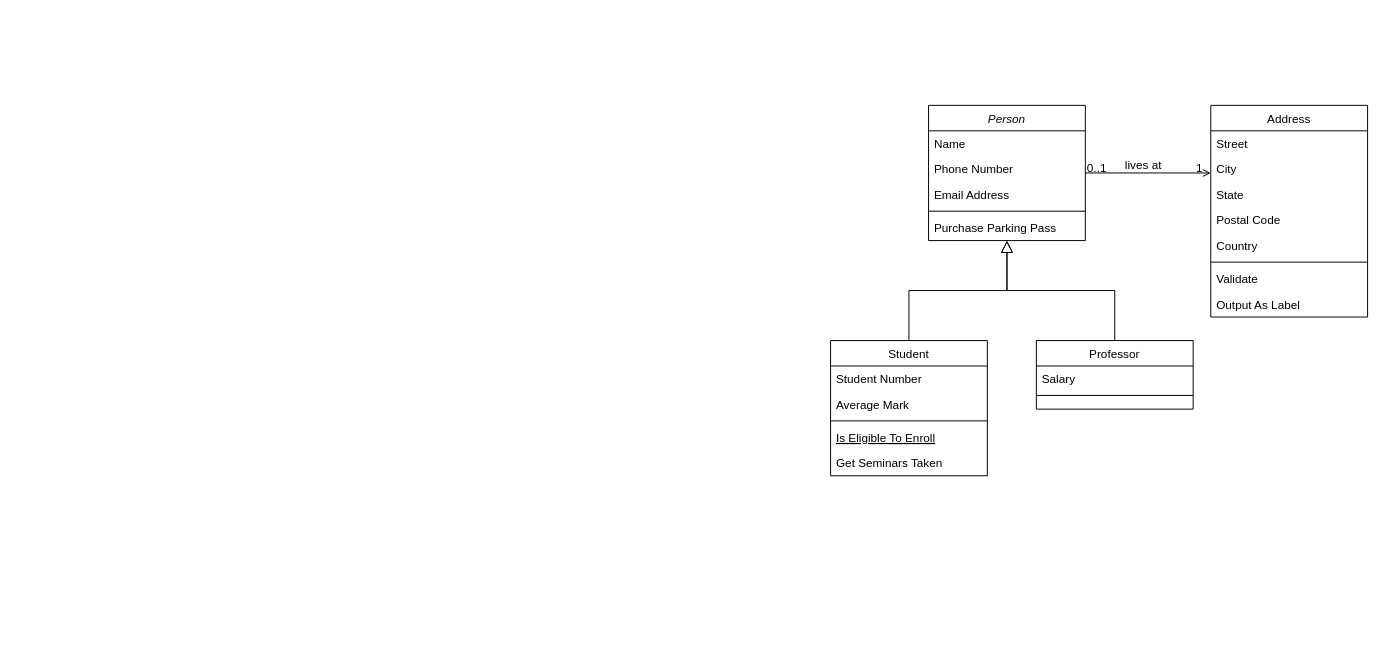
Above: JobManagement/Designs/UML_BusinessLayer.drawio in smat91/JobManagement (draw.io), before the change. Source tidied: cells renumbered, new cells numbered last; positions are measured from the earlier drawing's top-left corner, leaving out a move shared by most shapes. Both pictures are drawn from the tidied source at 98%, with x=0, y=0 at pixel (830, 105).
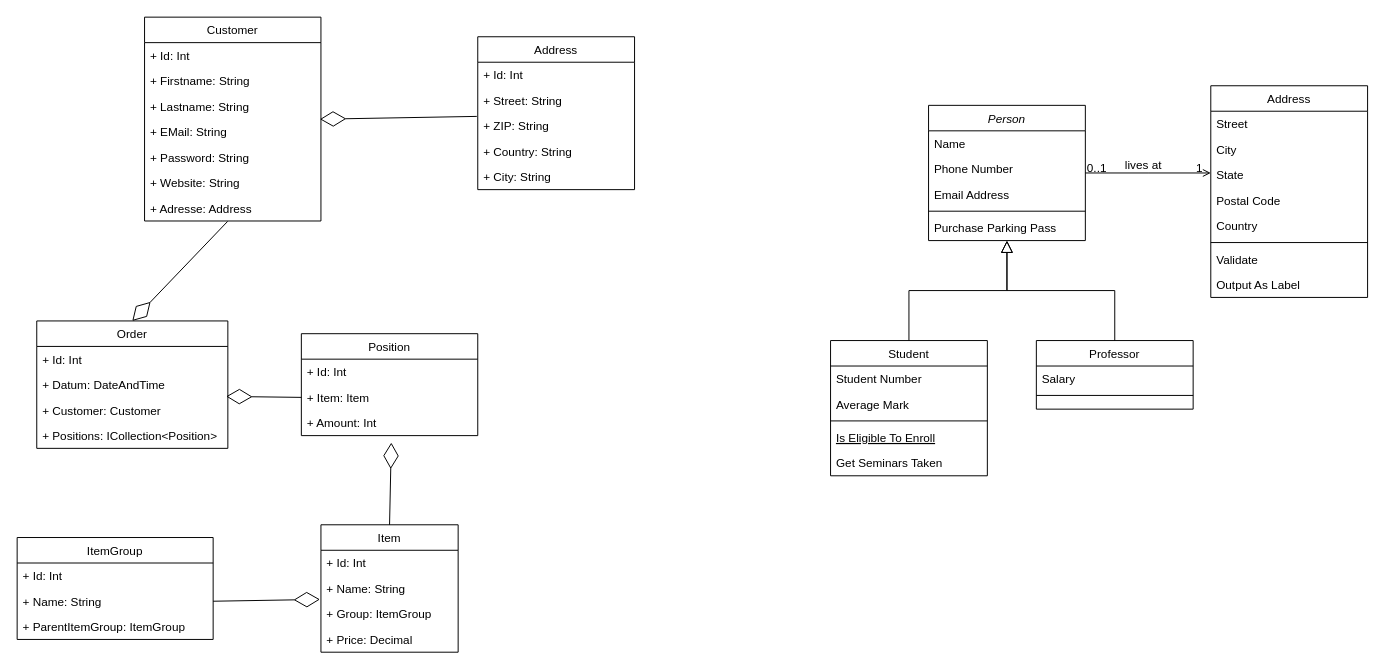
The same diagram, later.

Change to the diagram source:
```diff
@@
     <mxCell id="19" value="Address" style="swimlane;fontStyle=0;align=center;verticalAlign=top;horizontal=1;startSize=26;rounded=0;shadow=0;strokeWidth=1;" parent="1" vertex="1">
-      <mxGeometry x="388" width="160" height="216" as="geometry" />
+      <mxGeometry x="388" y="-20" width="160" height="216" as="geometry" />
     </mxCell>
@@
+    <mxCell id="32" value="Customer" style="swimlane;fontStyle=0;align=center;verticalAlign=top;horizontal=1;startSize=26;" parent="1" vertex="1">
+      <mxGeometry x="-700" y="-90" width="180" height="208" as="geometry" />
+    </mxCell>
+    <mxCell id="33" value="+ Id: Int&#10;" style="text;strokeColor=none;fillColor=none;align=left;verticalAlign=top;spacingLeft=4;spacingRight=4;overflow=hidden;" parent="32" vertex="1">
+      <mxGeometry y="26" width="180" height="26" as="geometry" />
+    </mxCell>
+    <mxCell id="34" value="+ Firstname: String" style="text;strokeColor=none;fillColor=none;align=left;verticalAlign=top;spacingLeft=4;spacingRight=4;overflow=hidden;" parent="32" vertex="1">
+      <mxGeometry y="52" width="180" height="26" as="geometry" />
+    </mxCell>
+    <mxCell id="35" value="+ Lastname: String" style="text;strokeColor=none;fillColor=none;align=left;verticalAlign=top;spacingLeft=4;spacingRight=4;overflow=hidden;" parent="32" vertex="1">
+      <mxGeometry y="78" width="180" height="26" as="geometry" />
+    </mxCell>
+    <mxCell id="36" value="+ EMail: String" style="text;strokeColor=none;fillColor=none;align=left;verticalAlign=top;spacingLeft=4;spacingRight=4;overflow=hidden;points=[[0,0.5],[1,0.5]];portConstraint=eastwest;" parent="32" vertex="1">
+      <mxGeometry y="104" width="180" height="26" as="geometry" />
+    </mxCell>
+    <mxCell id="37" value="+ Password: String" style="text;strokeColor=none;fillColor=none;align=left;verticalAlign=top;spacingLeft=4;spacingRight=4;overflow=hidden;" parent="32" vertex="1">
+      <mxGeometry y="130" width="180" height="26" as="geometry" />
+    </mxCell>
+    <mxCell id="38" value="+ Website: String" style="text;strokeColor=none;fillColor=none;align=left;verticalAlign=top;spacingLeft=4;spacingRight=4;overflow=hidden;" parent="32" vertex="1">
+      <mxGeometry y="156" width="180" height="26" as="geometry" />
+    </mxCell>
+    <mxCell id="39" value="+ Adresse: Address" style="text;strokeColor=none;fillColor=none;align=left;verticalAlign=top;spacingLeft=4;spacingRight=4;overflow=hidden;points=[[0,0.5],[1,0.5]];portConstraint=eastwest;" parent="32" vertex="1">
+      <mxGeometry y="182" width="180" height="26" as="geometry" />
+    </mxCell>
+    <mxCell id="40" value="Address" style="swimlane;fontStyle=0;horizontal=1;startSize=26;fillColor=none;" parent="1" vertex="1">
+      <mxGeometry x="-360" y="-70" width="160" height="156" as="geometry" />
+    </mxCell>
+    <mxCell id="41" value="+ Id: Int&#10;" style="text;strokeColor=none;fillColor=none;align=left;verticalAlign=top;spacingLeft=4;spacingRight=4;overflow=hidden;" parent="40" vertex="1">
+      <mxGeometry y="26" width="160" height="26" as="geometry" />
+    </mxCell>
+    <mxCell id="42" value="+ Street: String" style="text;strokeColor=none;fillColor=none;align=left;verticalAlign=top;spacingLeft=4;spacingRight=4;overflow=hidden;" parent="40" vertex="1">
+      <mxGeometry y="52" width="160" height="26" as="geometry" />
+    </mxCell>
+    <mxCell id="43" value="+ ZIP: String" style="text;strokeColor=none;fillColor=none;align=left;verticalAlign=top;spacingLeft=4;spacingRight=4;overflow=hidden;points=[[0,0.5],[1,0.5]];portConstraint=eastwest;" parent="40" vertex="1">
+      <mxGeometry y="78" width="160" height="26" as="geometry" />
+    </mxCell>
+    <mxCell id="44" value="+ Country: String" style="text;strokeColor=none;fillColor=none;align=left;verticalAlign=top;spacingLeft=4;spacingRight=4;overflow=hidden;labelBackgroundColor=none;" parent="40" vertex="1">
+      <mxGeometry y="104" width="160" height="26" as="geometry" />
+    </mxCell>
+    <mxCell id="45" value="+ City: String" style="text;strokeColor=none;fillColor=none;align=left;verticalAlign=top;spacingLeft=4;spacingRight=4;overflow=hidden;" parent="40" vertex="1">
+      <mxGeometry y="130" width="160" height="26" as="geometry" />
+    </mxCell>
+    <mxCell id="46" value="Order" style="swimlane;fontStyle=0;horizontal=1;startSize=26;fillColor=none;labelBackgroundColor=none;" parent="1" vertex="1">
+      <mxGeometry x="-810" y="220" width="195" height="130" as="geometry" />
+    </mxCell>
+    <mxCell id="47" value="+ Id: Int" style="text;strokeColor=none;fillColor=none;align=left;verticalAlign=top;spacingLeft=4;spacingRight=4;overflow=hidden;labelBackgroundColor=none;" parent="46" vertex="1">
+      <mxGeometry y="26" width="195" height="26" as="geometry" />
+    </mxCell>
+    <mxCell id="48" value="+ Datum: DateAndTime" style="text;strokeColor=none;fillColor=none;align=left;verticalAlign=top;spacingLeft=4;spacingRight=4;overflow=hidden;labelBackgroundColor=none;" parent="46" vertex="1">
+      <mxGeometry y="52" width="195" height="26" as="geometry" />
+    </mxCell>
+    <mxCell id="49" value="+ Customer: Customer" style="text;strokeColor=none;fillColor=none;align=left;verticalAlign=top;spacingLeft=4;spacingRight=4;overflow=hidden;points=[[0,0.5],[1,0.5]];portConstraint=eastwest;labelBackgroundColor=none;" parent="46" vertex="1">
+      <mxGeometry y="78" width="195" height="26" as="geometry" />
+    </mxCell>
+    <mxCell id="50" value="+ Positions: ICollection&lt;Position&gt;" style="text;strokeColor=none;fillColor=none;align=left;verticalAlign=top;spacingLeft=4;spacingRight=4;overflow=hidden;labelBackgroundColor=none;" parent="46" vertex="1">
+      <mxGeometry y="104" width="195" height="26" as="geometry" />
+    </mxCell>
+    <mxCell id="51" value="Position" style="swimlane;fontStyle=0;horizontal=1;startSize=26;fillColor=none;labelBackgroundColor=none;" parent="1" vertex="1">
+      <mxGeometry x="-540" y="233" width="180" height="104" as="geometry" />
+    </mxCell>
+    <mxCell id="52" value="+ Id: Int" style="text;strokeColor=none;fillColor=none;align=left;verticalAlign=top;spacingLeft=4;spacingRight=4;overflow=hidden;labelBackgroundColor=none;" parent="51" vertex="1">
+      <mxGeometry y="26" width="180" height="26" as="geometry" />
+    </mxCell>
+    <mxCell id="53" value="+ Item: Item " style="text;strokeColor=none;fillColor=none;align=left;verticalAlign=top;spacingLeft=4;spacingRight=4;overflow=hidden;points=[[0,0.5],[1,0.5]];portConstraint=eastwest;labelBackgroundColor=none;" parent="51" vertex="1">
+      <mxGeometry y="52" width="180" height="26" as="geometry" />
+    </mxCell>
+    <mxCell id="54" value="+ Amount: Int" style="text;strokeColor=none;fillColor=none;align=left;verticalAlign=top;spacingLeft=4;spacingRight=4;overflow=hidden;points=[[0,0.5],[1,0.5]];portConstraint=eastwest;labelBackgroundColor=none;" parent="51" vertex="1">
+      <mxGeometry y="78" width="180" height="26" as="geometry" />
+    </mxCell>
+    <mxCell id="55" value="Item" style="swimlane;fontStyle=0;horizontal=1;startSize=26;fillColor=none;labelBackgroundColor=none;" parent="1" vertex="1">
+      <mxGeometry x="-520" y="428" width="140" height="130" as="geometry" />
+    </mxCell>
+    <mxCell id="56" value="+ Id: Int" style="text;strokeColor=none;fillColor=none;align=left;verticalAlign=top;spacingLeft=4;spacingRight=4;overflow=hidden;labelBackgroundColor=none;" parent="55" vertex="1">
+      <mxGeometry y="26" width="140" height="26" as="geometry" />
+    </mxCell>
+    <mxCell id="57" value="+ Name: String" style="text;strokeColor=none;fillColor=none;align=left;verticalAlign=top;spacingLeft=4;spacingRight=4;overflow=hidden;labelBackgroundColor=none;" parent="55" vertex="1">
+      <mxGeometry y="52" width="140" height="26" as="geometry" />
+    </mxCell>
+    <mxCell id="58" value="+ Group: ItemGroup" style="text;strokeColor=none;fillColor=none;align=left;verticalAlign=top;spacingLeft=4;spacingRight=4;overflow=hidden;points=[[0,0.5],[1,0.5]];portConstraint=eastwest;labelBackgroundColor=none;" parent="55" vertex="1">
+      <mxGeometry y="78" width="140" height="26" as="geometry" />
+    </mxCell>
+    <mxCell id="59" value="+ Price: Decimal" style="text;strokeColor=none;fillColor=none;align=left;verticalAlign=top;spacingLeft=4;spacingRight=4;overflow=hidden;labelBackgroundColor=none;" parent="55" vertex="1">
+      <mxGeometry y="104" width="140" height="26" as="geometry" />
+    </mxCell>
+    <mxCell id="60" value="ItemGroup" style="swimlane;fontStyle=0;horizontal=1;startSize=26;fillColor=none;labelBackgroundColor=none;" parent="1" vertex="1">
+      <mxGeometry x="-830" y="441" width="200" height="104" as="geometry" />
+    </mxCell>
+    <mxCell id="61" value="+ Id: Int" style="text;strokeColor=none;fillColor=none;align=left;verticalAlign=top;spacingLeft=4;spacingRight=4;overflow=hidden;" parent="60" vertex="1">
+      <mxGeometry y="26" width="200" height="26" as="geometry" />
+    </mxCell>
+    <mxCell id="62" value="+ Name: String" style="text;strokeColor=none;fillColor=none;align=left;verticalAlign=top;spacingLeft=4;spacingRight=4;overflow=hidden;points=[[0,0.5],[1,0.5]];portConstraint=eastwest;labelBackgroundColor=none;" parent="60" vertex="1">
+      <mxGeometry y="52" width="200" height="26" as="geometry" />
+    </mxCell>
+    <mxCell id="63" value="+ ParentItemGroup: ItemGroup" style="text;strokeColor=none;fillColor=none;align=left;verticalAlign=top;spacingLeft=4;spacingRight=4;overflow=hidden;labelBackgroundColor=none;" parent="60" vertex="1">
+      <mxGeometry y="78" width="200" height="26" as="geometry" />
+    </mxCell>
+    <mxCell id="64" style="endArrow=diamondThin;endFill=0;endSize=24;html=1;rounded=0;entryX=0.994;entryY=0.005;entryDx=0;entryDy=0;exitX=-0.006;exitY=0.126;exitDx=0;exitDy=0;exitPerimeter=0;entryPerimeter=0;" parent="1" edge="1" source="43" target="36">
+      <mxGeometry relative="1" as="geometry" />
+    </mxCell>
+    <mxCell id="65" style="endArrow=diamondThin;endFill=0;endSize=24;html=1;rounded=0;exitX=0.471;exitY=1.016;exitDx=0;exitDy=0;exitPerimeter=0;entryX=0.5;entryY=0;entryDx=0;entryDy=0;" parent="1" edge="1" source="39" target="46">
+      <mxGeometry relative="1" as="geometry" />
+    </mxCell>
+    <mxCell id="66" style="endArrow=diamondThin;endFill=0;endSize=24;html=1;rounded=0;entryX=0.991;entryY=-0.038;entryDx=0;entryDy=0;exitX=0;exitY=0.5;exitDx=0;exitDy=0;entryPerimeter=0;" parent="1" edge="1" source="53" target="49">
+      <mxGeometry relative="1" as="geometry" />
+    </mxCell>
+    <mxCell id="67" style="endArrow=diamondThin;endFill=0;endSize=24;html=1;rounded=0;exitX=0.5;exitY=0;exitDx=0;exitDy=0;entryX=0.51;entryY=1.275;entryDx=0;entryDy=0;entryPerimeter=0;" parent="1" edge="1" source="55" target="54">
+      <mxGeometry relative="1" as="geometry" />
+    </mxCell>
+    <mxCell id="68" style="endArrow=diamondThin;endFill=0;endSize=24;html=1;rounded=0;exitX=1;exitY=0.5;exitDx=0;exitDy=0;entryX=-0.007;entryY=-0.071;entryDx=0;entryDy=0;entryPerimeter=0;" parent="1" edge="1" source="62" target="58">
+      <mxGeometry relative="1" as="geometry" />
+    </mxCell>
```
